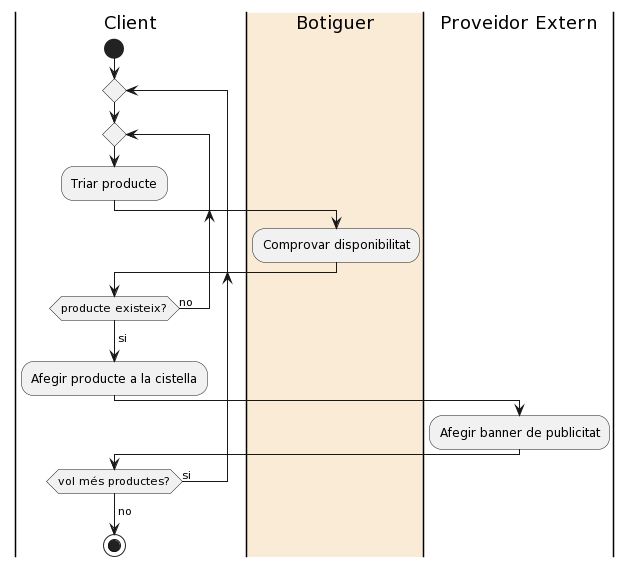
yeray142/es2022uab keeps this PlantUML diagram as diagrams/sprint2_diag_activitats_solicitud_comanda.png. Above is the earlier version.
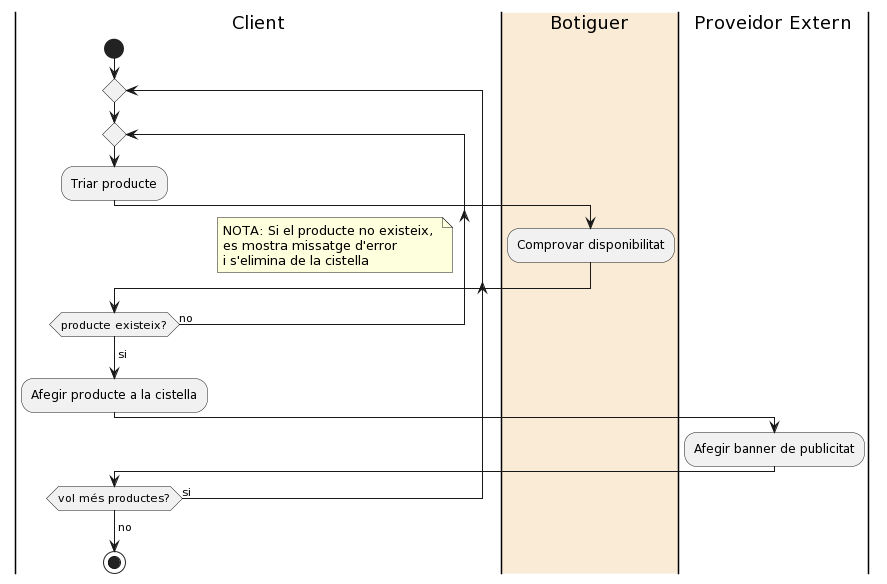
The same diagram one commit later.

Diff of the diagram source:
```diff
@@ -10,6 +10,7 @@
     |Client|
   repeat while (producte existeix?) is (no)
   ->si;
+floating note right: NOTA: Si el producte no existeix, \nes mostra missatge d'error \ni s'elimina de la cistella
 
   :Afegir producte a la cistella;
 
```
